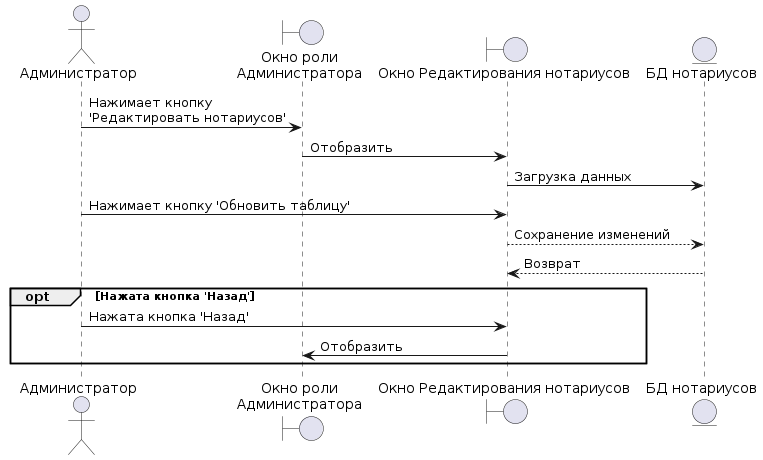
The PlantUML diagram Diagrams/images/sequence/AdminUpdate.png in Student7751/CourseWork, before a commit. Source of this version:
```plantuml
@startuml
actor admin as "Администратор"

boundary "Окно роли\nАдминистратора" as main_window
boundary "Окно Редактирования нотариусов" as notarius_update_window

entity "БД нотариусов" as notarius_db

admin -> main_window : Нажимает кнопку\n'Редактировать нотариусов'

main_window -> notarius_update_window : Отобразить
notarius_update_window -> notarius_db : Загрузка данных

admin -> notarius_update_window: Нажимает кнопку 'Обновить таблицу'

notarius_update_window --> notarius_db: Сохранение изменений
notarius_db --> notarius_update_window: Возврат

opt Нажата кнопка 'Назад'
    admin -> notarius_update_window : Нажата кнопка 'Назад'
    notarius_update_window -> main_window : Отобразить
end
@enduml
```
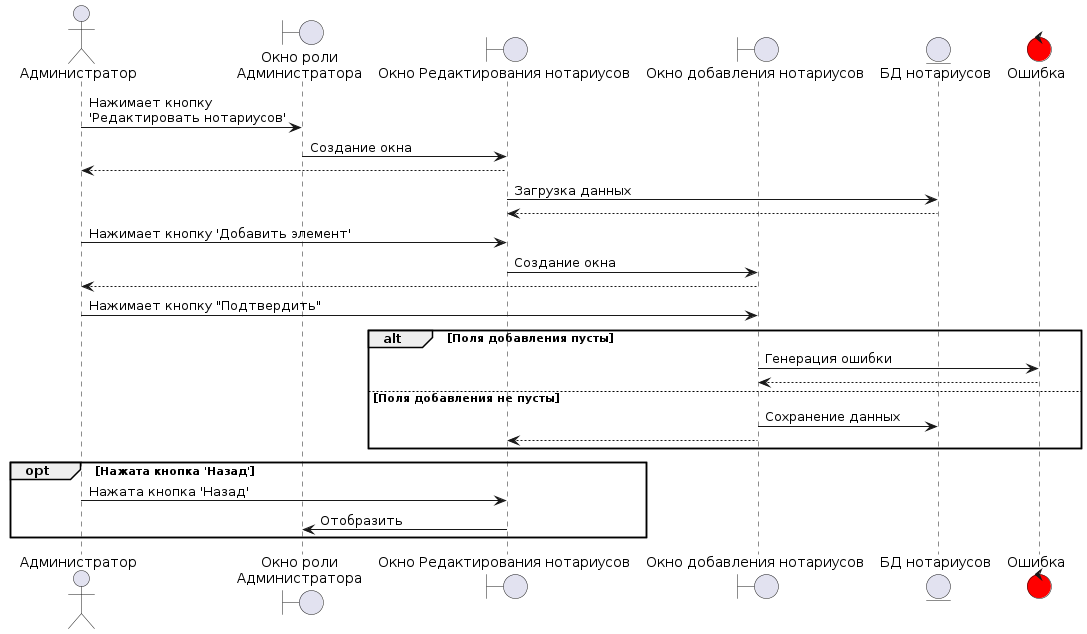
Later version of the same file.

Diff of the diagram source:
```diff
@@ -3,18 +3,31 @@
 
 boundary "Окно роли\nАдминистратора" as main_window
 boundary "Окно Редактирования нотариусов" as notarius_update_window
+boundary "Окно добавления нотариусов" as add_notarius_window
 
 entity "БД нотариусов" as notarius_db
 
+control error as "Ошибка" #red
+
 admin -> main_window : Нажимает кнопку\n'Редактировать нотариусов'
 
-main_window -> notarius_update_window : Отобразить
+main_window -> notarius_update_window : Создание окна
+notarius_update_window  --> admin
 notarius_update_window -> notarius_db : Загрузка данных
+notarius_db --> notarius_update_window
 
-admin -> notarius_update_window: Нажимает кнопку 'Обновить таблицу'
+admin -> notarius_update_window: Нажимает кнопку 'Добавить элемент'
+notarius_update_window -> add_notarius_window: Создание окна
+add_notarius_window --> admin
+admin -> add_notarius_window: Нажимает кнопку "Подтвердить"
 
-notarius_update_window --> notarius_db: Сохранение изменений
-notarius_db --> notarius_update_window: Возврат
+alt Поля добавления пусты
+    add_notarius_window -> error : Генерация ошибки
+    error --> add_notarius_window
+else Поля добавления не пусты
+    add_notarius_window -> notarius_db : Сохранение данных
+    add_notarius_window --> notarius_update_window
+end
 
 opt Нажата кнопка 'Назад'
     admin -> notarius_update_window : Нажата кнопка 'Назад'
```
